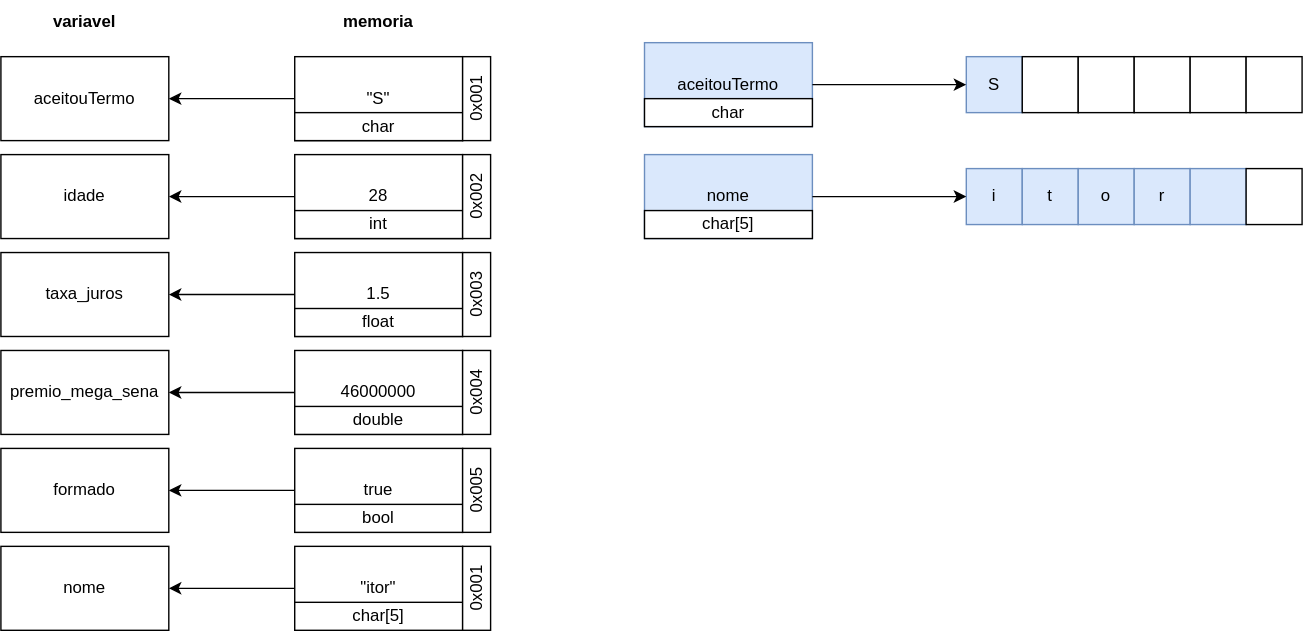
Above: slides/img/var_const_dados.drawio.svg in itorisaias/Fatectq-linguagem-de-programacao (draw.io), before the change. Source tidied: cells renumbered, new cells last; positions are measured from the earlier drawing's top-left corner, leaving out a move shared by most shapes.
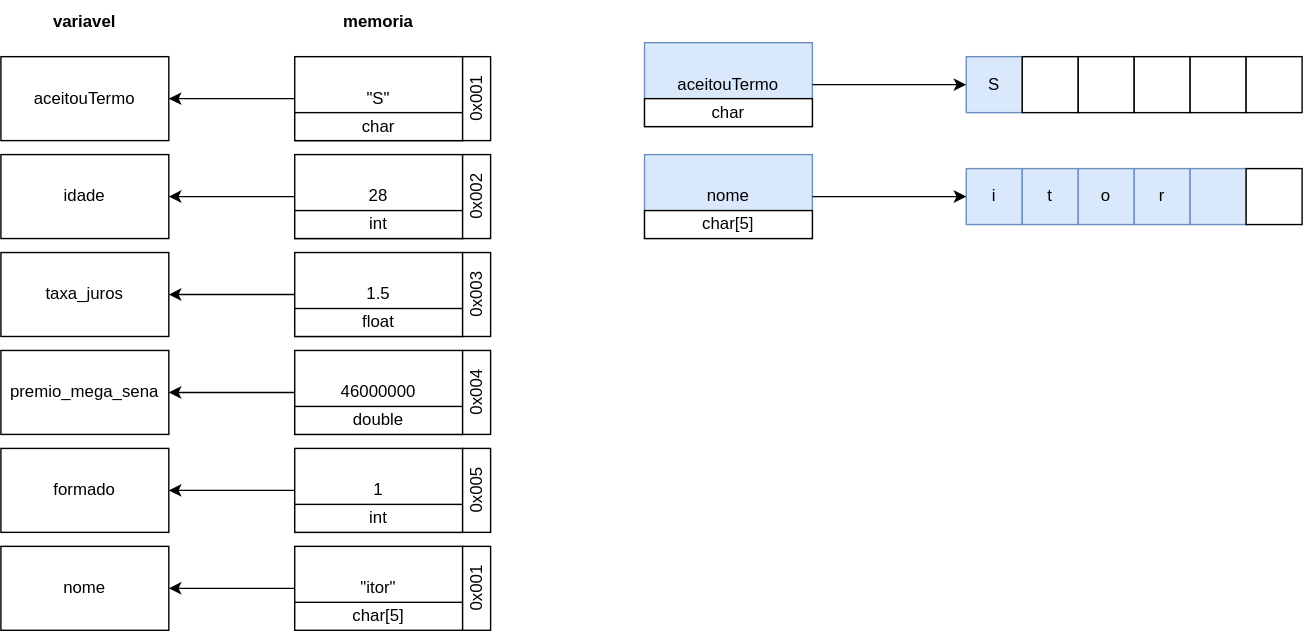
The same diagram one commit later.

Diff of the diagram source:
```diff
@@ -74,10 +74,10 @@
     <mxCell id="25" style="edgeStyle=none;html=1;entryX=1;entryY=0.5;entryDx=0;entryDy=0;" parent="1" edge="1" source="26" target="24">
       <mxGeometry relative="1" as="geometry" />
     </mxCell>
-    <mxCell id="26" value="true" style="rounded=0;whiteSpace=wrap;html=1;" parent="1" vertex="1">
+    <mxCell id="26" value="1" style="rounded=0;whiteSpace=wrap;html=1;" parent="1" vertex="1">
       <mxGeometry x="210" y="320" width="120" height="60" as="geometry" />
     </mxCell>
-    <mxCell id="27" value="bool" style="rounded=0;whiteSpace=wrap;html=1;" parent="1" vertex="1">
+    <mxCell id="27" value="int" style="rounded=0;whiteSpace=wrap;html=1;" parent="1" vertex="1">
       <mxGeometry x="210" y="360" width="120" height="20" as="geometry" />
     </mxCell>
     <mxCell id="28" value="0x005" style="rounded=0;whiteSpace=wrap;html=1;horizontal=0;" parent="1" vertex="1">
```
